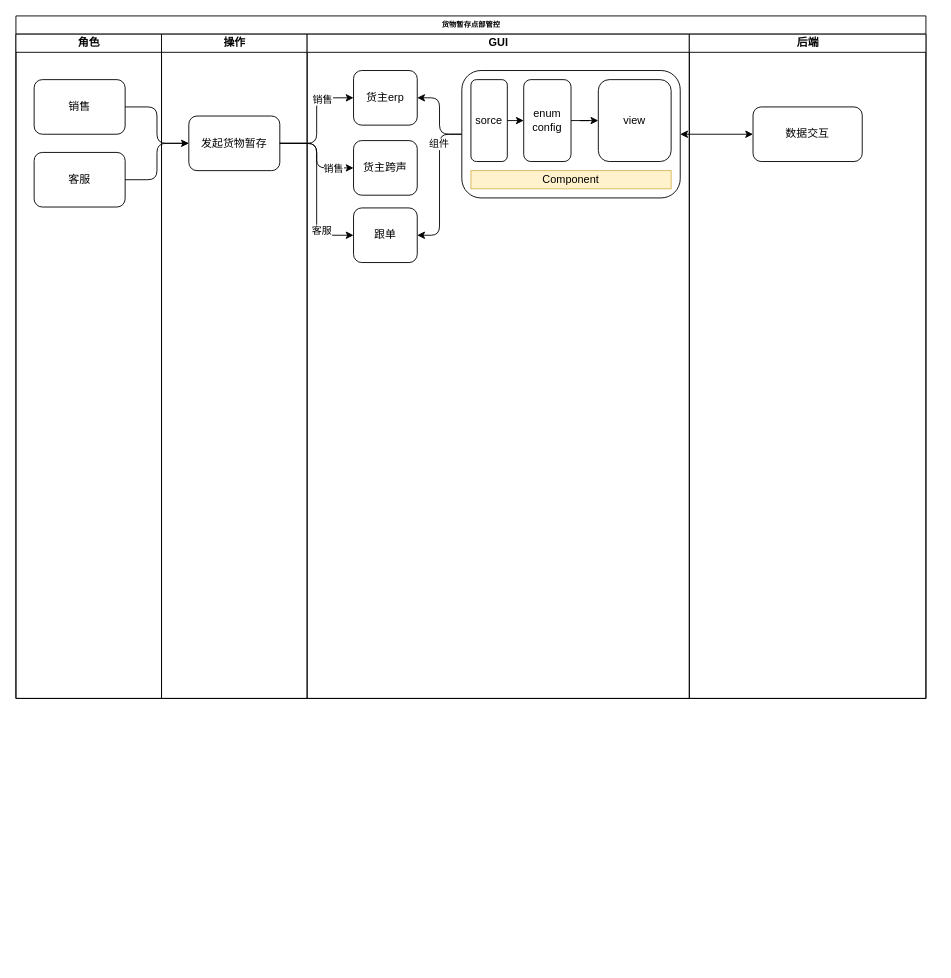
This is 货物暂存点部管控.drawio from wenwenwei/-, a draw.io file, before an edit. Source tidied: cells renumbered, new cells numbered last; positions are measured from the earlier drawing's top-left corner, leaving out a move shared by most shapes. Both pictures are drawn from the tidied source at 91%, with x=0, y=0 at pixel (15, 15).
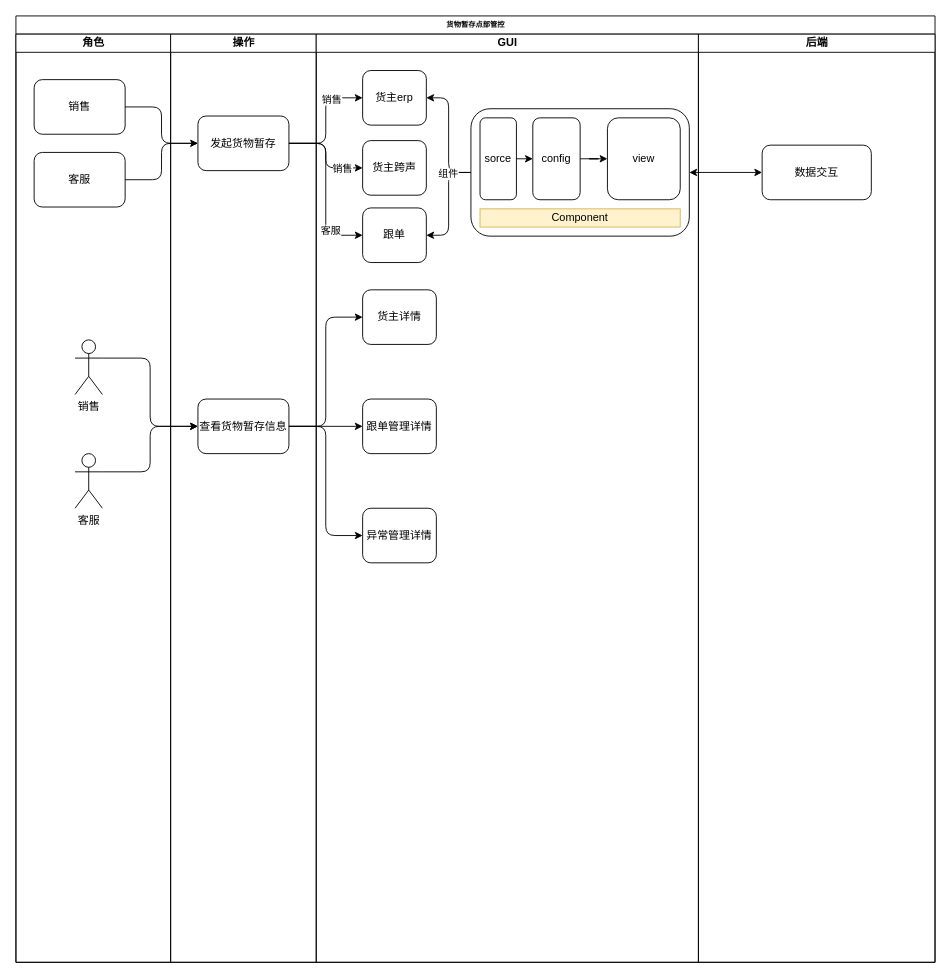
After the change.

Commit message:
更新货物暂存点部管控.drawio

Unchanged cells that the change refers to:
```xml
<mxCell id="5" value="&lt;font style=&quot;font-size: 12px;&quot;&gt;客服&lt;/font&gt;" style="rounded=1;whiteSpace=wrap;html=1;shadow=0;labelBackgroundColor=none;strokeWidth=1;fontFamily=Verdana;fontSize=8;align=center;" parent="3" vertex="1">
  <mxGeometry x="20" y="130" width="100" height="60" as="geometry" />
</mxCell>
<mxCell id="8" value="&lt;font style=&quot;font-size: 12px;&quot;&gt;发起货物暂存&lt;/font&gt;" style="rounded=1;whiteSpace=wrap;html=1;shadow=0;labelBackgroundColor=none;strokeWidth=1;fontFamily=Verdana;fontSize=8;align=center;" parent="7" vertex="1">
  <mxGeometry x="30" y="90" width="100" height="60" as="geometry" />
</mxCell>
<mxCell id="10" value="货主erp" style="rounded=1;whiteSpace=wrap;html=1;" parent="9" vertex="1">
  <mxGeometry x="51" y="40" width="70" height="60" as="geometry" />
</mxCell>
<mxCell id="11" value="跟单" style="rounded=1;whiteSpace=wrap;html=1;" parent="9" vertex="1">
  <mxGeometry x="51" y="191" width="70" height="60" as="geometry" />
</mxCell>
<mxCell id="15" value="货主跨声" style="rounded=1;whiteSpace=wrap;html=1;" parent="9" vertex="1">
  <mxGeometry x="51" y="117" width="70" height="60" as="geometry" />
</mxCell>
```

Change to the diagram source:
```diff
@@
     <mxCell id="2" value="货物暂存点部管控" style="swimlane;html=1;startSize=20;rounded=0;shadow=0;labelBackgroundColor=none;strokeWidth=1;fontFamily=Verdana;fontSize=8;align=center;" parent="1" vertex="1">
-      <mxGeometry width="1000" height="750" as="geometry" />
+      <mxGeometry width="1010" height="1040" as="geometry" />
     </mxCell>
     <mxCell id="3" value="角色" style="swimlane;html=1;startSize=20;" parent="2" vertex="1">
-      <mxGeometry y="20" width="160" height="730" as="geometry" />
+      <mxGeometry y="20" width="170" height="1020" as="geometry" />
     </mxCell>
@@
+    <mxCell id="36" value="销售" style="shape=umlActor;verticalLabelPosition=bottom;verticalAlign=top;html=1;outlineConnect=0;" parent="3" vertex="1">
+      <mxGeometry x="65" y="336" width="30" height="60" as="geometry" />
+    </mxCell>
+    <mxCell id="37" value="客服" style="shape=umlActor;verticalLabelPosition=bottom;verticalAlign=top;html=1;outlineConnect=0;" parent="3" vertex="1">
+      <mxGeometry x="65" y="461" width="30" height="60" as="geometry" />
+    </mxCell>
@@
     <mxCell id="7" value="操作" style="swimlane;html=1;startSize=20;" parent="2" vertex="1">
-      <mxGeometry x="160" y="20" width="160" height="730" as="geometry" />
+      <mxGeometry x="170" y="20" width="160" height="1020" as="geometry" />
     </mxCell>
@@
+    <mxCell id="38" value="&lt;span style=&quot;font-size: 12px;&quot;&gt;查看货物暂存信息&lt;/span&gt;" style="rounded=1;whiteSpace=wrap;html=1;shadow=0;labelBackgroundColor=none;strokeWidth=1;fontFamily=Verdana;fontSize=8;align=center;" parent="7" vertex="1">
+      <mxGeometry x="30" y="401" width="100" height="60" as="geometry" />
+    </mxCell>
+    <mxCell id="28" style="edgeStyle=orthogonalEdgeStyle;rounded=1;jettySize=auto;html=1;exitX=1;exitY=0.5;exitDx=0;exitDy=0;startArrow=none;startFill=0;curved=0;entryX=0;entryY=0.5;entryDx=0;entryDy=0;" parent="2" edge="1" source="5" target="8">
+      <mxGeometry relative="1" as="geometry" />
+    </mxCell>
+    <mxCell id="29" style="edgeStyle=orthogonalEdgeStyle;rounded=1;jettySize=auto;html=1;exitX=1;exitY=0.5;exitDx=0;exitDy=0;curved=0;" parent="2" edge="1" source="8" target="10">
+      <mxGeometry relative="1" as="geometry" />
+    </mxCell>
+    <mxCell id="30" value="销售" style="edgeLabel;html=1;align=center;verticalAlign=middle;" parent="29" vertex="1">
+      <mxGeometry x="0.44" y="-4" relative="1" as="geometry">
+        <mxPoint x="2" y="-3" as="offset" />
+      </mxGeometry>
+    </mxCell>
+    <mxCell id="31" style="edgeStyle=orthogonalEdgeStyle;rounded=1;jettySize=auto;html=1;entryX=0;entryY=0.5;entryDx=0;entryDy=0;curved=0;startArrow=classic;startFill=1;" parent="2" edge="1" source="16" target="27">
+      <mxGeometry relative="1" as="geometry" />
+    </mxCell>
+    <mxCell id="32" style="edgeStyle=orthogonalEdgeStyle;rounded=1;jettySize=auto;html=1;exitX=1;exitY=0.5;exitDx=0;exitDy=0;entryX=0;entryY=0.5;entryDx=0;entryDy=0;curved=0;" parent="2" edge="1" source="8" target="15">
+      <mxGeometry relative="1" as="geometry" />
+    </mxCell>
+    <mxCell id="33" value="销售" style="edgeLabel;html=1;align=center;verticalAlign=middle;" parent="32" vertex="1">
+      <mxGeometry x="0.57" relative="1" as="geometry" />
+    </mxCell>
+    <mxCell id="34" style="edgeStyle=orthogonalEdgeStyle;rounded=1;jettySize=auto;html=1;exitX=1;exitY=0.5;exitDx=0;exitDy=0;entryX=0;entryY=0.5;entryDx=0;entryDy=0;curved=0;" parent="2" edge="1" source="8" target="11">
+      <mxGeometry relative="1" as="geometry" />
+    </mxCell>
+    <mxCell id="35" value="客服" style="edgeLabel;html=1;align=center;verticalAlign=middle;" parent="34" vertex="1">
+      <mxGeometry x="0.48" y="1" relative="1" as="geometry">
+        <mxPoint x="4" y="1" as="offset" />
+      </mxGeometry>
+    </mxCell>
     <mxCell id="9" value="GUI" style="swimlane;html=1;startSize=20;" parent="2" vertex="1">
-      <mxGeometry x="320" y="20" width="420" height="730" as="geometry" />
+      <mxGeometry x="330" y="20" width="420" height="1020" as="geometry" />
     </mxCell>
@@
+    <mxCell id="39" style="group;" parent="9" vertex="1">
+      <mxGeometry x="170" y="82" width="240" height="140" as="geometry" />
+    </mxCell>
-    <mxCell id="16" style="rounded=1;whiteSpace=wrap;html=1;" parent="9" vertex="1">
-      <mxGeometry x="170" y="40" width="240" height="140" as="geometry" />
+    <mxCell id="16" style="rounded=1;whiteSpace=wrap;html=1;" parent="39" vertex="1">
+      <mxGeometry width="240" height="140" as="geometry" />
     </mxCell>
-    <mxCell id="17" value="sorce" style="rounded=1;whiteSpace=wrap;html=1;" parent="9" vertex="1">
-      <mxGeometry x="180" y="50" width="40" height="90" as="geometry" />
+    <mxCell id="17" value="sorce" style="rounded=1;whiteSpace=wrap;html=1;" parent="39" vertex="1">
+      <mxGeometry x="10" y="10" width="40" height="90" as="geometry" />
     </mxCell>
-    <mxCell id="18" value="enum&lt;br&gt;config" style="rounded=1;whiteSpace=wrap;html=1;" parent="9" vertex="1">
-      <mxGeometry x="238" y="50" width="52" height="90" as="geometry" />
+    <mxCell id="18" value="config" style="rounded=1;whiteSpace=wrap;html=1;" parent="39" vertex="1">
+      <mxGeometry x="68" y="10" width="52" height="90" as="geometry" />
     </mxCell>
-    <mxCell id="19" value="view" style="rounded=1;whiteSpace=wrap;html=1;" parent="9" vertex="1">
-      <mxGeometry x="320" y="50" width="80" height="90" as="geometry" />
+    <mxCell id="19" value="view" style="rounded=1;whiteSpace=wrap;html=1;" parent="39" vertex="1">
+      <mxGeometry x="150" y="10" width="80" height="90" as="geometry" />
     </mxCell>
-    <mxCell id="20" value="Component" style="rounded=0;whiteSpace=wrap;html=1;fillColor=#fff2cc;strokeColor=#d6b656;" parent="9" vertex="1">
-      <mxGeometry x="180" y="150" width="220" height="20" as="geometry" />
+    <mxCell id="20" value="Component" style="rounded=0;whiteSpace=wrap;html=1;fillColor=#fff2cc;strokeColor=#d6b656;" parent="39" vertex="1">
+      <mxGeometry x="10" y="110" width="220" height="20" as="geometry" />
     </mxCell>
-    <mxCell id="21" style="edgeStyle=orthogonalEdgeStyle;rounded=0;orthogonalLoop=1;jettySize=auto;html=1;exitX=0.5;exitY=1;exitDx=0;exitDy=0;" parent="9" edge="1" source="17" target="17">
+    <mxCell id="21" style="edgeStyle=orthogonalEdgeStyle;rounded=0;orthogonalLoop=1;jettySize=auto;html=1;exitX=0.5;exitY=1;exitDx=0;exitDy=0;" parent="39" edge="1" source="17" target="17">
       <mxGeometry relative="1" as="geometry" />
     </mxCell>
-    <mxCell id="22" style="edgeStyle=orthogonalEdgeStyle;rounded=0;orthogonalLoop=1;jettySize=auto;html=1;exitX=0.5;exitY=1;exitDx=0;exitDy=0;" parent="9" edge="1" source="17" target="17">
+    <mxCell id="22" style="edgeStyle=orthogonalEdgeStyle;rounded=0;orthogonalLoop=1;jettySize=auto;html=1;exitX=0.5;exitY=1;exitDx=0;exitDy=0;" parent="39" edge="1" source="17" target="17">
       <mxGeometry relative="1" as="geometry" />
     </mxCell>
-    <mxCell id="23" style="edgeStyle=orthogonalEdgeStyle;rounded=0;orthogonalLoop=1;jettySize=auto;html=1;exitX=0.5;exitY=1;exitDx=0;exitDy=0;" parent="9" edge="1" source="18" target="18">
+    <mxCell id="23" style="edgeStyle=orthogonalEdgeStyle;rounded=0;orthogonalLoop=1;jettySize=auto;html=1;exitX=0.5;exitY=1;exitDx=0;exitDy=0;" parent="39" edge="1" source="18" target="18">
       <mxGeometry relative="1" as="geometry" />
     </mxCell>
-    <mxCell id="24" style="edgeStyle=orthogonalEdgeStyle;rounded=0;jettySize=auto;html=1;exitX=1;exitY=0.5;exitDx=0;exitDy=0;entryX=0;entryY=0.5;entryDx=0;entryDy=0;" parent="9" edge="1" source="17" target="18">
+    <mxCell id="24" style="edgeStyle=orthogonalEdgeStyle;rounded=0;jettySize=auto;html=1;exitX=1;exitY=0.5;exitDx=0;exitDy=0;entryX=0;entryY=0.5;entryDx=0;entryDy=0;" parent="39" edge="1" source="17" target="18">
       <mxGeometry relative="1" as="geometry" />
     </mxCell>
-    <mxCell id="25" style="edgeStyle=orthogonalEdgeStyle;rounded=0;jettySize=auto;html=1;exitX=1;exitY=0.5;exitDx=0;exitDy=0;" parent="9" edge="1" source="18" target="19">
+    <mxCell id="25" style="edgeStyle=orthogonalEdgeStyle;rounded=0;jettySize=auto;html=1;exitX=1;exitY=0.5;exitDx=0;exitDy=0;" parent="39" edge="1" source="18" target="19">
       <mxGeometry relative="1" as="geometry" />
     </mxCell>
+    <mxCell id="40" value="异常管理详情" style="rounded=1;whiteSpace=wrap;html=1;" parent="9" vertex="1">
+      <mxGeometry x="51" y="521" width="81" height="60" as="geometry" />
+    </mxCell>
+    <mxCell id="41" value="跟单管理详情" style="rounded=1;whiteSpace=wrap;html=1;" parent="9" vertex="1">
+      <mxGeometry x="51" y="401" width="81" height="60" as="geometry" />
+    </mxCell>
+    <mxCell id="42" value="货主详情" style="rounded=1;whiteSpace=wrap;html=1;" parent="9" vertex="1">
+      <mxGeometry x="51" y="281" width="81" height="60" as="geometry" />
+    </mxCell>
     <mxCell id="26" value="后端" style="swimlane;html=1;startSize=20;" parent="2" vertex="1">
-      <mxGeometry x="740" y="20" width="260" height="730" as="geometry" />
+      <mxGeometry x="750" y="20" width="260" height="1020" as="geometry" />
     </mxCell>
     <mxCell id="27" value="数据交互" style="rounded=1;whiteSpace=wrap;html=1;" parent="26" vertex="1">
-      <mxGeometry x="70" y="80" width="120" height="60" as="geometry" />
+      <mxGeometry x="70" y="122" width="120" height="60" as="geometry" />
     </mxCell>
-    <mxCell id="28" style="edgeStyle=orthogonalEdgeStyle;rounded=1;jettySize=auto;html=1;exitX=1;exitY=0.5;exitDx=0;exitDy=0;startArrow=none;startFill=0;curved=0;entryX=0;entryY=0.5;entryDx=0;entryDy=0;" parent="2" edge="1" source="5" target="8">
-      <mxGeometry relative="1" as="geometry" />
-    </mxCell>
-    <mxCell id="29" style="edgeStyle=orthogonalEdgeStyle;rounded=1;jettySize=auto;html=1;exitX=1;exitY=0.5;exitDx=0;exitDy=0;curved=0;" parent="2" edge="1" source="8" target="10">
-      <mxGeometry relative="1" as="geometry" />
-    </mxCell>
-    <mxCell id="30" value="销售" style="edgeLabel;html=1;align=center;verticalAlign=middle;" parent="29" vertex="1">
-      <mxGeometry x="0.44" y="-4" relative="1" as="geometry">
-        <mxPoint x="2" y="-3" as="offset" />
-      </mxGeometry>
-    </mxCell>
-    <mxCell id="31" style="edgeStyle=orthogonalEdgeStyle;rounded=1;jettySize=auto;html=1;entryX=0;entryY=0.5;entryDx=0;entryDy=0;curved=0;startArrow=classic;startFill=1;" parent="2" edge="1" source="16" target="27">
-      <mxGeometry relative="1" as="geometry" />
-    </mxCell>
-    <mxCell id="32" style="edgeStyle=orthogonalEdgeStyle;rounded=1;jettySize=auto;html=1;exitX=1;exitY=0.5;exitDx=0;exitDy=0;entryX=0;entryY=0.5;entryDx=0;entryDy=0;curved=0;" parent="2" edge="1" source="8" target="15">
-      <mxGeometry relative="1" as="geometry" />
-    </mxCell>
-    <mxCell id="33" value="销售" style="edgeLabel;html=1;align=center;verticalAlign=middle;" parent="32" vertex="1">
-      <mxGeometry x="0.57" relative="1" as="geometry" />
-    </mxCell>
-    <mxCell id="34" style="edgeStyle=orthogonalEdgeStyle;rounded=1;jettySize=auto;html=1;exitX=1;exitY=0.5;exitDx=0;exitDy=0;entryX=0;entryY=0.5;entryDx=0;entryDy=0;curved=0;" parent="2" edge="1" source="8" target="11">
-      <mxGeometry relative="1" as="geometry" />
-    </mxCell>
-    <mxCell id="35" value="客服" style="edgeLabel;html=1;align=center;verticalAlign=middle;" parent="34" vertex="1">
-      <mxGeometry x="0.48" y="1" relative="1" as="geometry">
-        <mxPoint x="4" y="1" as="offset" />
-      </mxGeometry>
-    </mxCell>
+    <mxCell id="43" style="edgeStyle=orthogonalEdgeStyle;rounded=1;jettySize=auto;html=1;exitX=1;exitY=0.5;exitDx=0;exitDy=0;entryX=0;entryY=0.5;entryDx=0;entryDy=0;curved=0;" parent="2" edge="1" source="38" target="40">
+      <mxGeometry relative="1" as="geometry" />
+    </mxCell>
+    <mxCell id="44" style="edgeStyle=orthogonalEdgeStyle;rounded=1;jettySize=auto;html=1;exitX=1;exitY=0.5;exitDx=0;exitDy=0;entryX=0;entryY=0.5;entryDx=0;entryDy=0;curved=0;" parent="2" edge="1" source="38" target="41">
+      <mxGeometry relative="1" as="geometry" />
+    </mxCell>
+    <mxCell id="45" style="edgeStyle=orthogonalEdgeStyle;rounded=1;jettySize=auto;html=1;exitX=1;exitY=0.5;exitDx=0;exitDy=0;entryX=0;entryY=0.5;entryDx=0;entryDy=0;curved=0;" parent="2" edge="1" source="38" target="42">
+      <mxGeometry relative="1" as="geometry" />
+    </mxCell>
+    <mxCell id="46" style="edgeStyle=orthogonalEdgeStyle;rounded=1;jettySize=auto;html=1;exitX=1;exitY=0.3333333333333333;exitDx=0;exitDy=0;exitPerimeter=0;entryX=0;entryY=0.5;entryDx=0;entryDy=0;curved=0;" parent="2" edge="1" source="37" target="38">
+      <mxGeometry relative="1" as="geometry" />
+    </mxCell>
+    <mxCell id="47" style="edgeStyle=orthogonalEdgeStyle;rounded=1;jettySize=auto;html=1;exitX=1;exitY=0.3333333333333333;exitDx=0;exitDy=0;exitPerimeter=0;entryX=0;entryY=0.5;entryDx=0;entryDy=0;curved=0;" parent="2" edge="1" source="36" target="38">
+      <mxGeometry relative="1" as="geometry" />
+    </mxCell>
```
